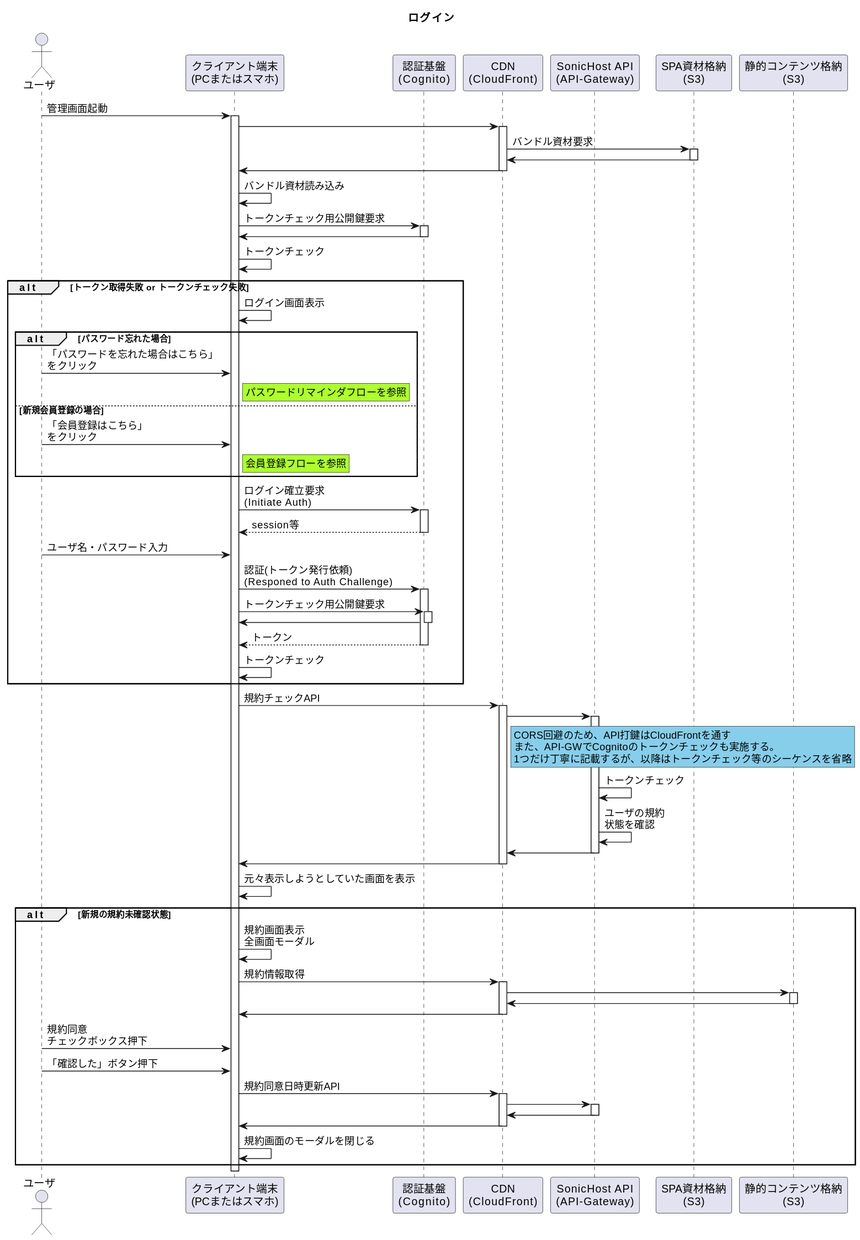
Earlier version of the PlantUML export 01_Sequences/00_Authentication/00_Login_Flow/LoginFlow.svg (Sonic-Host/documents).
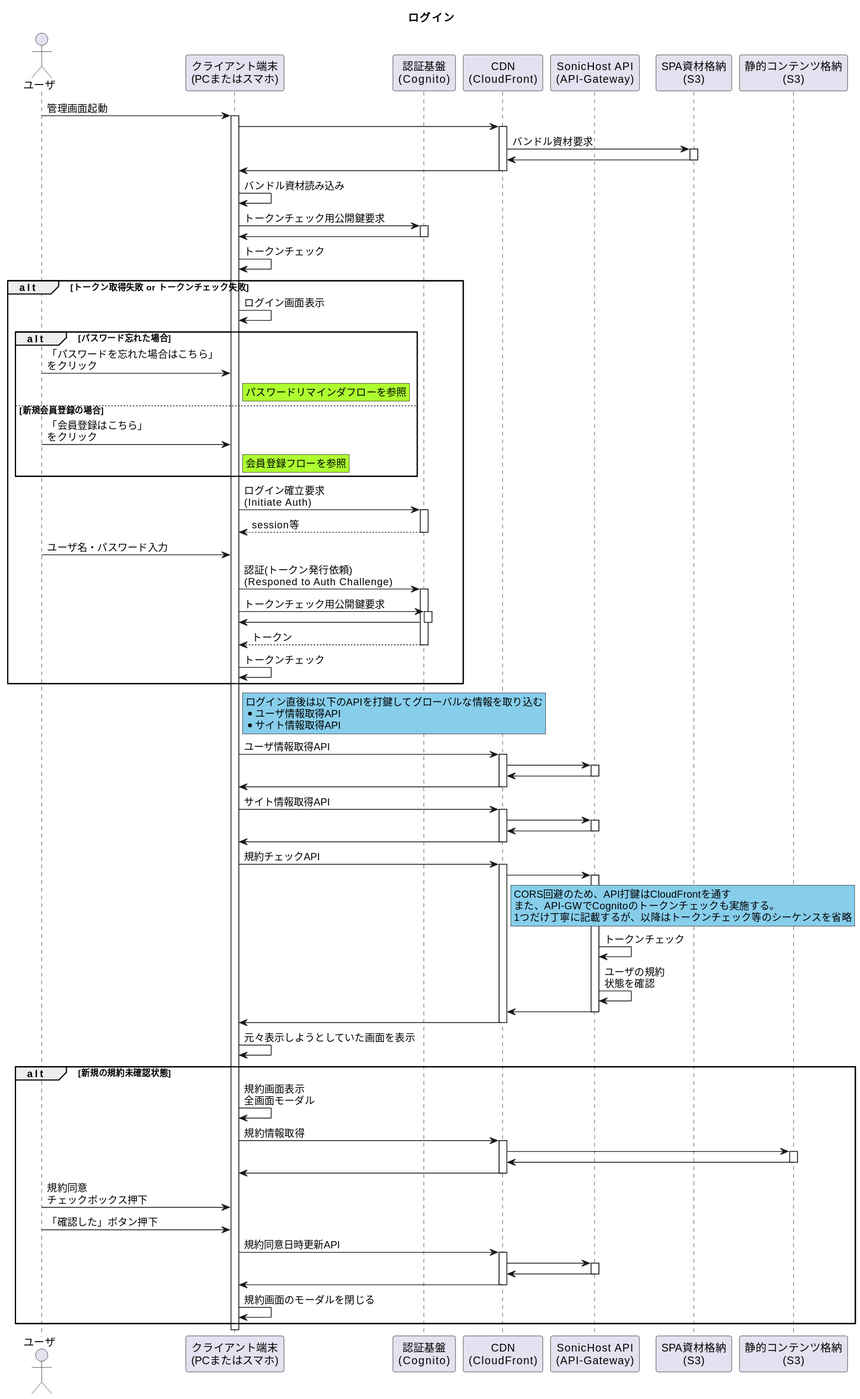
After the commit.

The edit, as a diff of the source:
```diff
@@ -41,6 +41,19 @@
     device <-- cognito -- : トークン
     device -> device : トークンチェック
 end
+rnote right of device #SkyBlue
+    ログイン直後は以下のAPIを打鍵してグローバルな情報を取り込む
+    * ユーザ情報取得API
+    * サイト情報取得API
+end note
+device -> cdn ++ : ユーザ情報取得API
+cdn -> api ++
+cdn <- api --
+device <- cdn --
+device -> cdn ++ : サイト情報取得API
+cdn -> api ++
+cdn <- api --
+device <- cdn --
 device -> cdn ++ : 規約チェックAPI
 cdn -> api ++
 rnote right of cdn #SkyBlue
```
